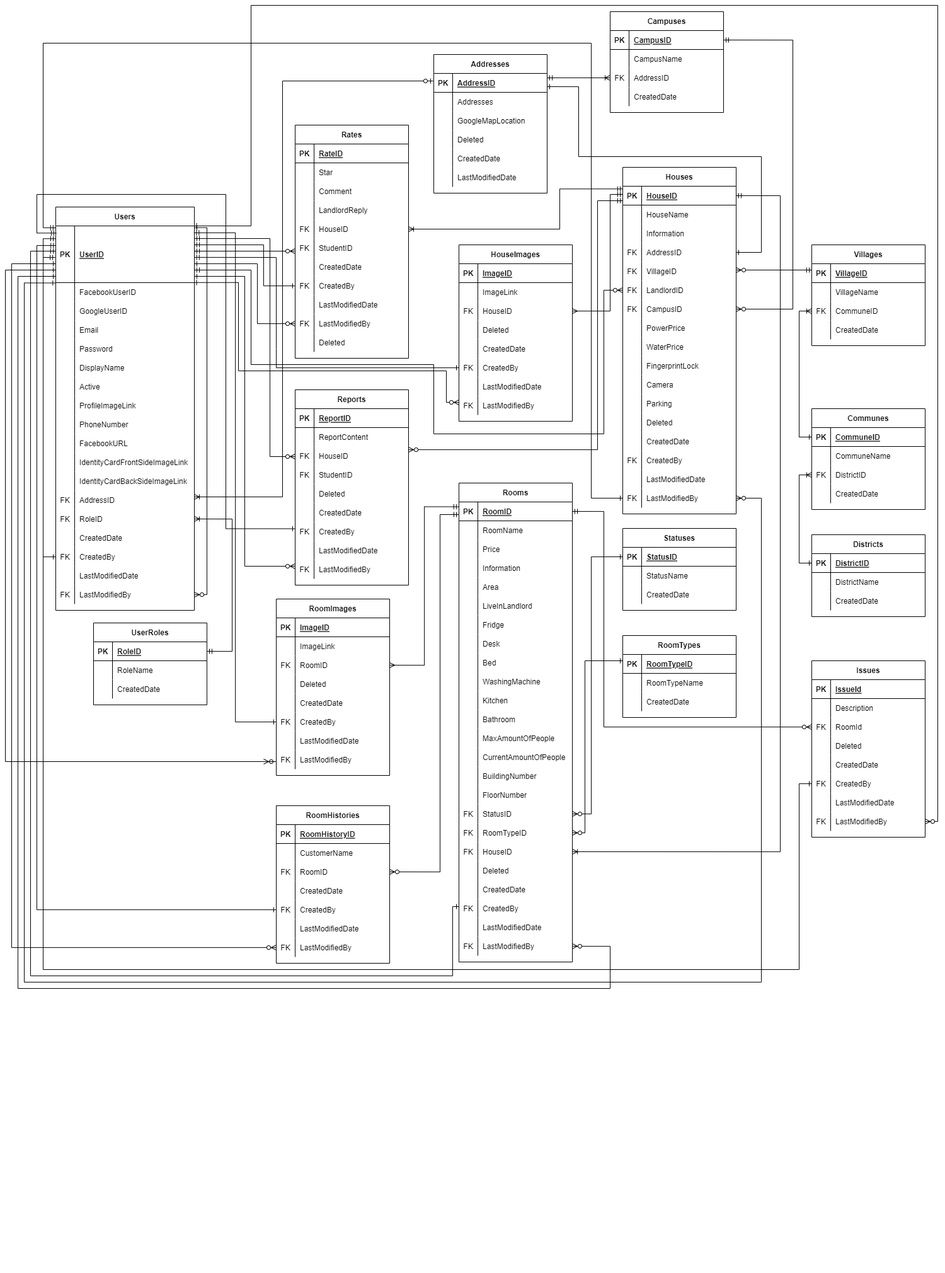
nguyenthegiang/fu-house-finder keeps this draw.io diagram as Documentation/Diagram/Entity Relationship Diagram.drawio.png. Above is the earlier version. Source tidied: cells renumbered, new cells last; positions are measured from the earlier drawing's top-left corner, leaving out a move shared by most shapes.
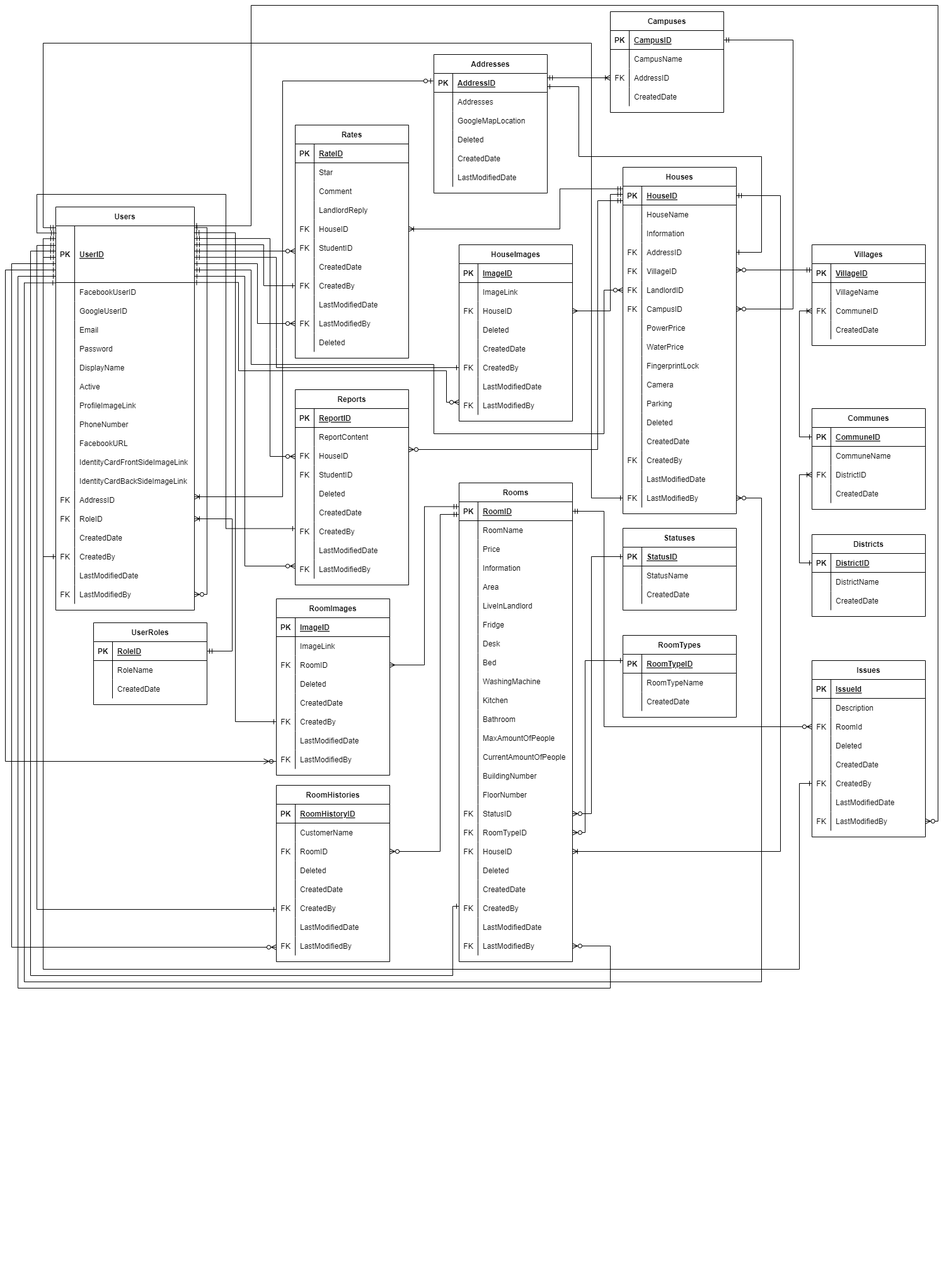
The same diagram one commit later.

Commit message:
[Document] Update ERD

Diff of the diagram source:
```diff
@@ -1197,7 +1197,7 @@
       <mxGeometry x="30" width="150" height="30" as="geometry" />
     </mxCell>
     <mxCell id="396" value="RoomHistories" style="shape=table;startSize=30;rowLines=0;fontStyle=1;align=center;" parent="1" vertex="1">
-      <mxGeometry x="430" y="1270" width="180" height="250" as="geometry" />
+      <mxGeometry x="430" y="1238" width="180" height="280" as="geometry" />
     </mxCell>
     <mxCell id="397" style="shape=tableRow;horizontal=0;startSize=0;swimlaneHead=0;swimlaneBody=0;fillColor=none;top=0;left=0;right=0;bottom=1;" parent="396" vertex="1">
       <mxGeometry y="30" width="180" height="30" as="geometry" />
@@ -1226,8 +1226,17 @@
     <mxCell id="405" value="RoomID" style="shape=partialRectangle;fillColor=none;top=0;left=0;bottom=0;right=0;align=left;spacingLeft=6;overflow=hidden;" parent="403" vertex="1">
       <mxGeometry x="30" width="150" height="30" as="geometry" />
     </mxCell>
+    <mxCell id="479" style="shape=tableRow;horizontal=0;startSize=0;swimlaneHead=0;swimlaneBody=0;fillColor=none;top=0;left=0;right=0;bottom=0;" parent="396" vertex="1">
+      <mxGeometry y="120" width="180" height="30" as="geometry" />
+    </mxCell>
+    <mxCell id="480" style="shape=partialRectangle;fillColor=none;top=0;left=0;bottom=0;right=0;overflow=hidden;" parent="479" vertex="1">
+      <mxGeometry width="30" height="30" as="geometry" />
+    </mxCell>
+    <mxCell id="481" value="Deleted" style="shape=partialRectangle;fillColor=none;top=0;left=0;bottom=0;right=0;align=left;spacingLeft=6;overflow=hidden;" parent="479" vertex="1">
+      <mxGeometry x="30" width="150" height="30" as="geometry" />
+    </mxCell>
     <mxCell id="406" style="shape=tableRow;horizontal=0;startSize=0;swimlaneHead=0;swimlaneBody=0;fillColor=none;top=0;left=0;right=0;bottom=0;" parent="396" vertex="1">
-      <mxGeometry y="120" width="180" height="30" as="geometry" />
+      <mxGeometry y="150" width="180" height="30" as="geometry" />
     </mxCell>
     <mxCell id="407" style="shape=partialRectangle;fillColor=none;top=0;left=0;bottom=0;right=0;overflow=hidden;" parent="406" vertex="1">
       <mxGeometry width="30" height="30" as="geometry" />
@@ -1236,7 +1245,7 @@
       <mxGeometry x="30" width="150" height="30" as="geometry" />
     </mxCell>
     <mxCell id="409" style="shape=tableRow;horizontal=0;startSize=0;swimlaneHead=0;swimlaneBody=0;fillColor=none;points=[[0,0.5],[1,0.5]];portConstraint=eastwest;top=0;left=0;right=0;bottom=0;" parent="396" vertex="1">
-      <mxGeometry y="150" width="180" height="30" as="geometry" />
+      <mxGeometry y="180" width="180" height="30" as="geometry" />
     </mxCell>
     <mxCell id="410" value="FK" style="shape=partialRectangle;fillColor=none;top=0;left=0;bottom=0;right=0;overflow=hidden;" parent="409" vertex="1">
       <mxGeometry width="30" height="30" as="geometry" />
@@ -1245,7 +1254,7 @@
       <mxGeometry x="30" width="150" height="30" as="geometry" />
     </mxCell>
     <mxCell id="412" style="shape=tableRow;horizontal=0;startSize=0;swimlaneHead=0;swimlaneBody=0;fillColor=none;top=0;left=0;right=0;bottom=0;" parent="396" vertex="1">
-      <mxGeometry y="180" width="180" height="30" as="geometry" />
+      <mxGeometry y="210" width="180" height="30" as="geometry" />
     </mxCell>
     <mxCell id="413" style="shape=partialRectangle;fillColor=none;top=0;left=0;bottom=0;right=0;overflow=hidden;" parent="412" vertex="1">
       <mxGeometry width="30" height="30" as="geometry" />
@@ -1254,7 +1263,7 @@
       <mxGeometry x="30" width="150" height="30" as="geometry" />
     </mxCell>
     <mxCell id="415" style="shape=tableRow;horizontal=0;startSize=0;swimlaneHead=0;swimlaneBody=0;fillColor=none;points=[[0,0.5],[1,0.5]];portConstraint=eastwest;top=0;left=0;right=0;bottom=0;" parent="396" vertex="1">
-      <mxGeometry y="210" width="180" height="30" as="geometry" />
+      <mxGeometry y="240" width="180" height="30" as="geometry" />
     </mxCell>
     <mxCell id="416" value="FK" style="shape=partialRectangle;fillColor=none;top=0;left=0;bottom=0;right=0;overflow=hidden;" parent="415" vertex="1">
       <mxGeometry width="30" height="30" as="geometry" />
@@ -1344,7 +1353,7 @@
     <mxCell id="429" style="edgeStyle=orthogonalEdgeStyle;rounded=0;jettySize=auto;html=1;entryX=0;entryY=0.667;entryDx=0;entryDy=0;entryPerimeter=0;startArrow=ERzeroToMany;startFill=0;endArrow=ERmandOne;endFill=0;exitX=1;exitY=0.5;exitDx=0;exitDy=0;" parent="1" edge="1" source="403" target="126">
       <mxGeometry relative="1" as="geometry">
         <Array as="points">
-          <mxPoint x="690" y="1375" />
+          <mxPoint x="690" y="1343" />
           <mxPoint x="690" y="808" />
         </Array>
       </mxGeometry>
```
